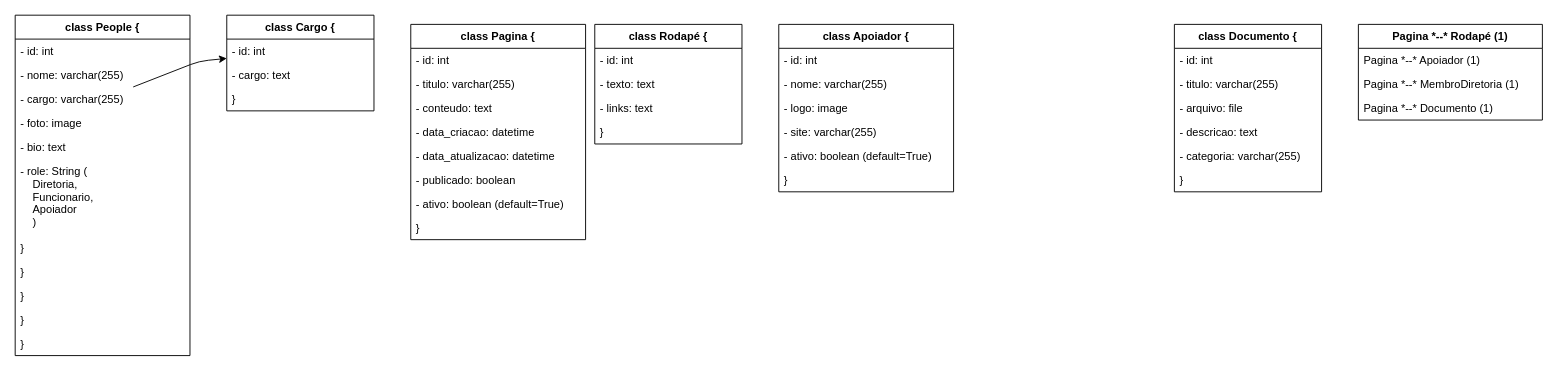
Before: class_map.drawio in jonasaacampos/site_caa, a draw.io diagram. Source tidied: cells renumbered, new cells numbered last; positions are measured from the earlier drawing's top-left corner, leaving out a move shared by most shapes. Both pictures are drawn from the tidied source at 92%, with x=0, y=0 at pixel (15, 15).
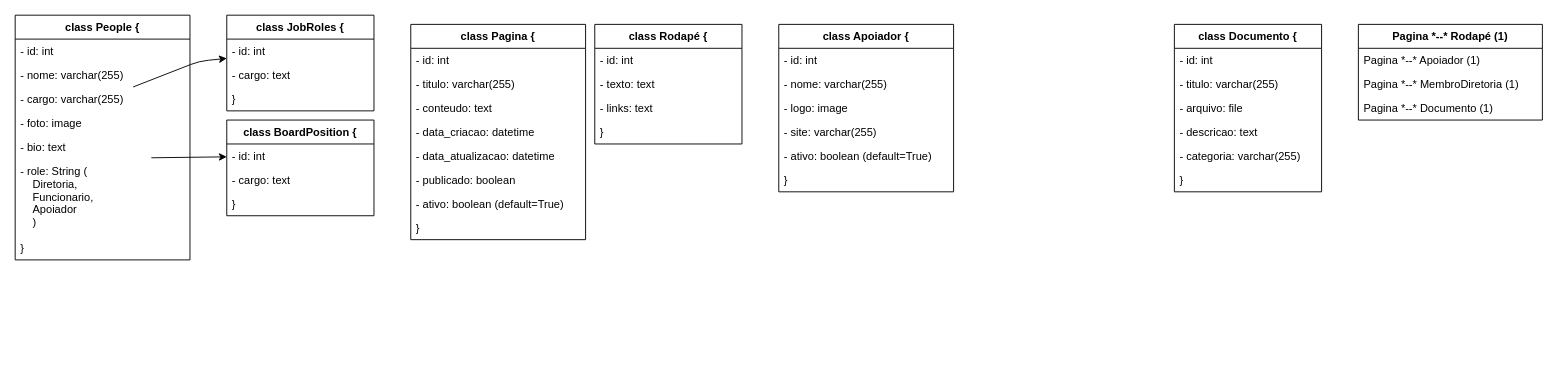
Above is the later version.

Unchanged cells that the change refers to:
```xml
<mxCell id="29" value="  - role: String (&#10;    Diretoria, &#10;    Funcionario, &#10;    Apoiador &#10;    )&#10;" style="text;strokeColor=none;fillColor=none;align=left;verticalAlign=top;spacingLeft=4;spacingRight=4;overflow=hidden;points=[[0,0.5],[1,0.5]];portConstraint=eastwest;" parent="23" vertex="1">
  <mxGeometry y="156" width="190" height="84" as="geometry" />
</mxCell>
```

Change to the diagram source:
```diff
@@
     <mxCell id="23" value="class People {" style="swimlane;fontStyle=1;horizontal=1;startSize=26;" parent="1" vertex="1">
-      <mxGeometry width="190" height="370" as="geometry" />
+      <mxGeometry width="190" height="266" as="geometry" />
     </mxCell>
@@
-    <mxCell id="30" value="}" style="text;strokeColor=none;fillColor=none;align=left;verticalAlign=top;spacingLeft=4;spacingRight=4;overflow=hidden;" parent="23" vertex="1">
-      <mxGeometry y="240" width="190" height="26" as="geometry" />
-    </mxCell>
-    <mxCell id="31" value="}" style="text;strokeColor=none;fillColor=none;align=left;verticalAlign=top;spacingLeft=4;spacingRight=4;overflow=hidden;" parent="23" vertex="1">
-      <mxGeometry y="266" width="190" height="26" as="geometry" />
-    </mxCell>
-    <mxCell id="32" value="}" style="text;strokeColor=none;fillColor=none;align=left;verticalAlign=top;spacingLeft=4;spacingRight=4;overflow=hidden;" parent="23" vertex="1">
-      <mxGeometry y="292" width="190" height="26" as="geometry" />
-    </mxCell>
-    <mxCell id="33" value="}" style="text;strokeColor=none;fillColor=none;align=left;verticalAlign=top;spacingLeft=4;spacingRight=4;overflow=hidden;" parent="23" vertex="1">
-      <mxGeometry y="318" width="190" height="26" as="geometry" />
-    </mxCell>
     <mxCell id="34" value="}" style="text;strokeColor=none;fillColor=none;align=left;verticalAlign=top;spacingLeft=4;spacingRight=4;overflow=hidden;" parent="23" vertex="1">
-      <mxGeometry y="344" width="190" height="26" as="geometry" />
+      <mxGeometry y="240" width="190" height="26" as="geometry" />
     </mxCell>
@@
-    <mxCell id="46" value="class Cargo {" style="swimlane;fontStyle=1;horizontal=1;startSize=26;" parent="1" vertex="1">
+    <mxCell id="46" value="class JobRoles {" style="swimlane;fontStyle=1;horizontal=1;startSize=26;" parent="1" vertex="1">
       <mxGeometry x="230" width="160" height="104" as="geometry" />
     </mxCell>
@@
+    <mxCell id="51" value="class BoardPosition {" style="swimlane;fontStyle=1;horizontal=1;startSize=26;" parent="1" vertex="1">
+      <mxGeometry x="230" y="114" width="160" height="104" as="geometry" />
+    </mxCell>
+    <mxCell id="52" value="  - id: int" style="text;strokeColor=none;fillColor=none;align=left;verticalAlign=top;spacingLeft=4;spacingRight=4;overflow=hidden;points=[[0,0.5],[1,0.5]];portConstraint=eastwest;" parent="51" vertex="1">
+      <mxGeometry y="26" width="160" height="26" as="geometry" />
+    </mxCell>
+    <mxCell id="53" value="  - cargo: text" style="text;strokeColor=none;fillColor=none;align=left;verticalAlign=top;spacingLeft=4;spacingRight=4;overflow=hidden;" parent="51" vertex="1">
+      <mxGeometry y="52" width="160" height="26" as="geometry" />
+    </mxCell>
+    <mxCell id="54" value="}" style="text;strokeColor=none;fillColor=none;align=left;verticalAlign=top;spacingLeft=4;spacingRight=4;overflow=hidden;" parent="51" vertex="1">
+      <mxGeometry y="78" width="160" height="26" as="geometry" />
+    </mxCell>
+    <mxCell id="55" style="edgeStyle=none;html=1;exitX=0.779;exitY=-0.012;exitDx=0;exitDy=0;exitPerimeter=0;" parent="1" edge="1" source="29" target="52">
+      <mxGeometry relative="1" as="geometry" />
+    </mxCell>
```
